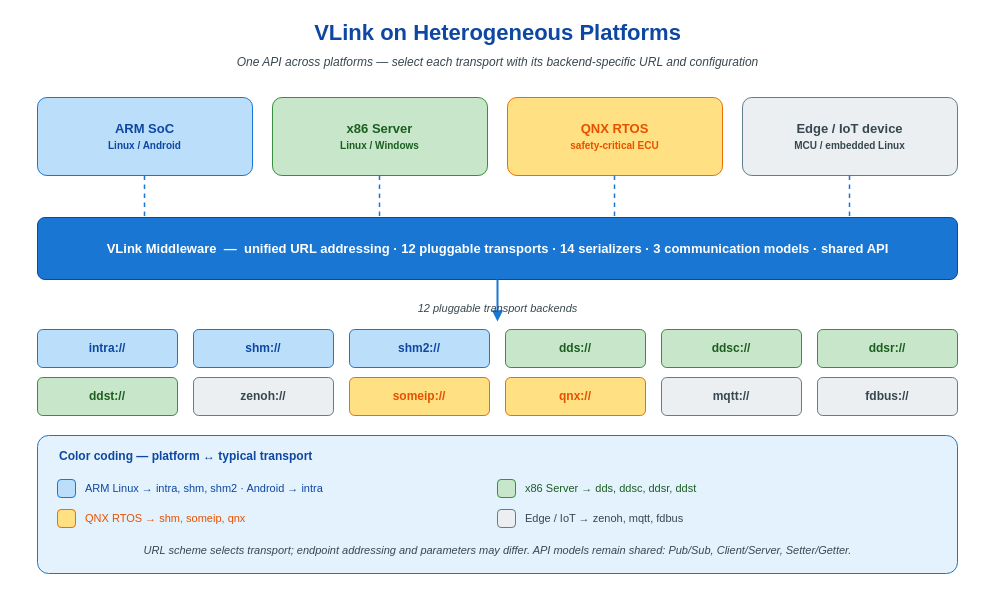
thun-res/vlink keeps this draw.io diagram as doc/images/foreword-heterogeneous-platform.drawio. Above is the earlier version. Source tidied: cells renumbered, new cells numbered last; positions are measured from the earlier drawing's top-left corner, leaving out a move shared by most shapes. Both pictures are drawn from the tidied source at 100%, with x=0, y=0 at pixel (17, 17).
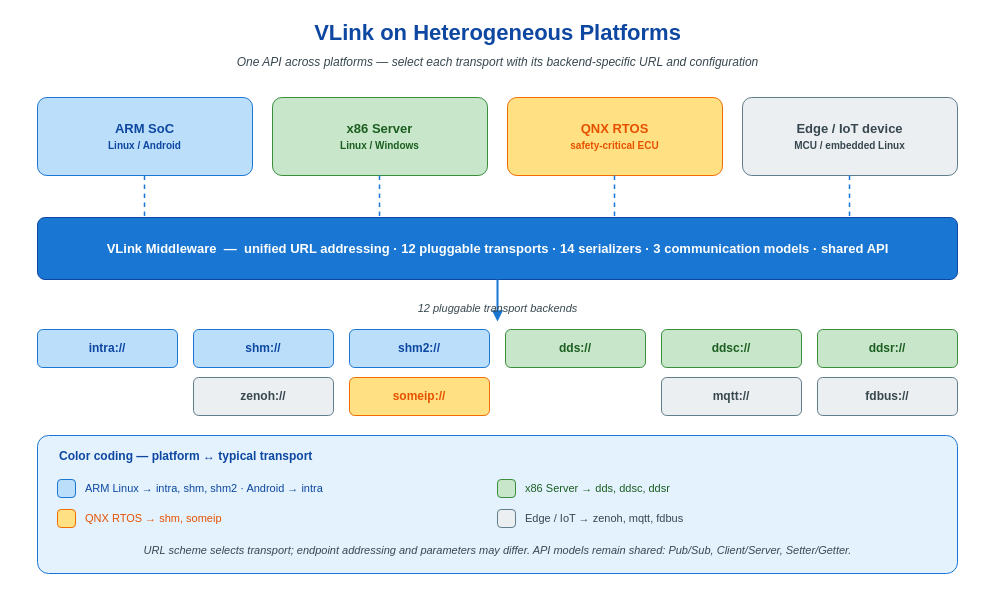
The same page after the edit.

Diff of the diagram source:
```diff
@@
-    <mxCell id="22" value="ddst://" style="rounded=1;whiteSpace=wrap;html=1;fillColor=#c8e6c9;strokeColor=#388e3c;fontFamily=Helvetica;fontSize=12;fontStyle=1;fontColor=#1b5e20;shadow=0;verticalAlign=middle;align=center;arcSize=14;" parent="1" vertex="1">
-      <mxGeometry x="20" y="360" width="140" height="38" as="geometry" />
-    </mxCell>
@@
-    <mxCell id="25" value="qnx://" style="rounded=1;whiteSpace=wrap;html=1;fillColor=#ffe082;strokeColor=#ef6c00;fontFamily=Helvetica;fontSize=12;fontStyle=1;fontColor=#e65100;shadow=0;verticalAlign=middle;align=center;arcSize=14;" parent="1" vertex="1">
-      <mxGeometry x="488" y="360" width="140" height="38" as="geometry" />
-    </mxCell>
@@
-    <mxCell id="33" value="x86 Server → dds, ddsc, ddsr, ddst" style="text;html=1;align=left;verticalAlign=middle;strokeColor=none;fillColor=none;fontFamily=Helvetica;fontSize=11;fontColor=#1b5e20;" parent="1" vertex="1">
+    <mxCell id="33" value="x86 Server → dds, ddsc, ddsr" style="text;html=1;align=left;verticalAlign=middle;strokeColor=none;fillColor=none;fontFamily=Helvetica;fontSize=11;fontColor=#1b5e20;" parent="1" vertex="1">
       <mxGeometry x="506" y="462" width="420" height="18" as="geometry" />
     </mxCell>
@@
-    <mxCell id="35" value="QNX RTOS → shm, someip, qnx" style="text;html=1;align=left;verticalAlign=middle;strokeColor=none;fillColor=none;fontFamily=Helvetica;fontSize=11;fontColor=#e65100;" parent="1" vertex="1">
+    <mxCell id="35" value="QNX RTOS → shm, someip" style="text;html=1;align=left;verticalAlign=middle;strokeColor=none;fillColor=none;fontFamily=Helvetica;fontSize=11;fontColor=#e65100;" parent="1" vertex="1">
       <mxGeometry x="66" y="492" width="380" height="18" as="geometry" />
     </mxCell>
```
